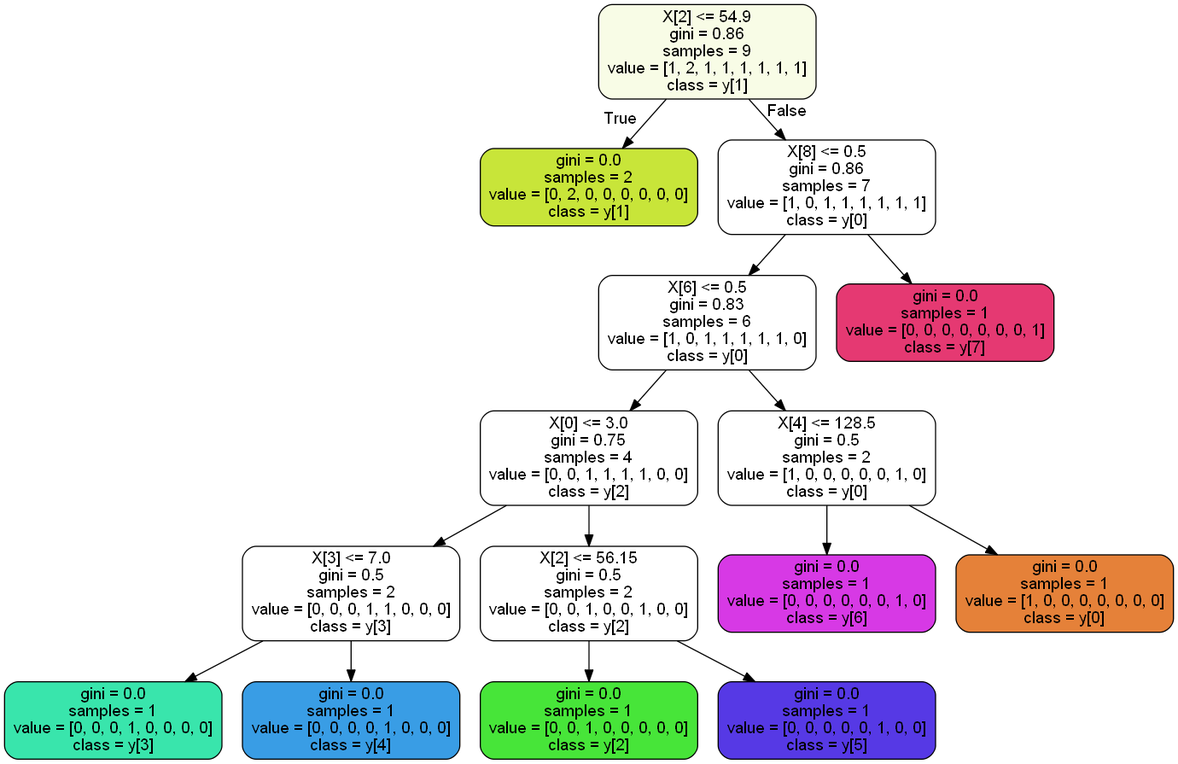
The Graphviz diagram treerace.png in AndreaDagg/DecisIonCAr, before a commit. Its source is kept beside it as treerace.dot.
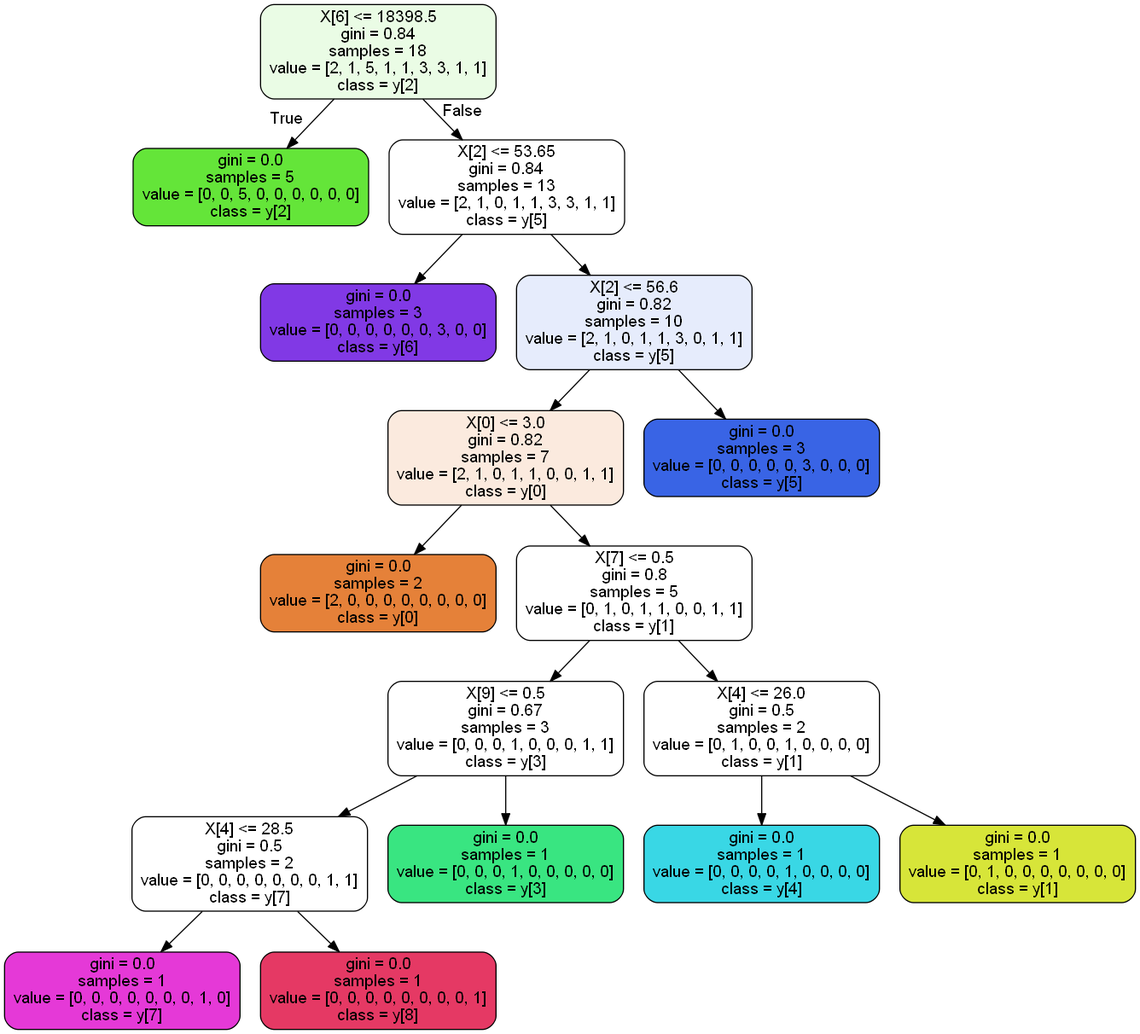
Later version of the same file.

Change to the diagram source:
```diff
@@ -1,33 +1,37 @@
 digraph Tree {
 node [shape=box, style="filled, rounded", color="black", fontname=helvetica] ;
 edge [fontname=helvetica] ;
-0 [label="X[2] <= 54.9\ngini = 0.86\nsamples = 9\nvalue = [1, 2, 1, 1, 1, 1, 1, 1]\nclass = y[1]", fillcolor="#f8fce6"] ;
-1 [label="gini = 0.0\nsamples = 2\nvalue = [0, 2, 0, 0, 0, 0, 0, 0]\nclass = y[1]", fillcolor="#c8e539"] ;
+0 [label="X[6] <= 18398.5\ngini = 0.84\nsamples = 18\nvalue = [2, 1, 5, 1, 1, 3, 3, 1, 1]\nclass = y[2]", fillcolor="#eafce5"] ;
+1 [label="gini = 0.0\nsamples = 5\nvalue = [0, 0, 5, 0, 0, 0, 0, 0, 0]\nclass = y[2]", fillcolor="#64e539"] ;
 0 -> 1 [labeldistance=2.5, labelangle=45, headlabel="True"] ;
-2 [label="X[8] <= 0.5\ngini = 0.86\nsamples = 7\nvalue = [1, 0, 1, 1, 1, 1, 1, 1]\nclass = y[0]", fillcolor="#ffffff"] ;
+2 [label="X[2] <= 53.65\ngini = 0.84\nsamples = 13\nvalue = [2, 1, 0, 1, 1, 3, 3, 1, 1]\nclass = y[5]", fillcolor="#ffffff"] ;
 0 -> 2 [labeldistance=2.5, labelangle=-45, headlabel="False"] ;
-3 [label="X[6] <= 0.5\ngini = 0.83\nsamples = 6\nvalue = [1, 0, 1, 1, 1, 1, 1, 0]\nclass = y[0]", fillcolor="#ffffff"] ;
+3 [label="gini = 0.0\nsamples = 3\nvalue = [0, 0, 0, 0, 0, 0, 3, 0, 0]\nclass = y[6]", fillcolor="#8139e5"] ;
 2 -> 3 ;
-4 [label="X[0] <= 3.0\ngini = 0.75\nsamples = 4\nvalue = [0, 0, 1, 1, 1, 1, 0, 0]\nclass = y[2]", fillcolor="#ffffff"] ;
-3 -> 4 ;
-5 [label="X[3] <= 7.0\ngini = 0.5\nsamples = 2\nvalue = [0, 0, 0, 1, 1, 0, 0, 0]\nclass = y[3]", fillcolor="#ffffff"] ;
+4 [label="X[2] <= 56.6\ngini = 0.82\nsamples = 10\nvalue = [2, 1, 0, 1, 1, 3, 0, 1, 1]\nclass = y[5]", fillcolor="#e6ecfc"] ;
+2 -> 4 ;
+5 [label="X[0] <= 3.0\ngini = 0.82\nsamples = 7\nvalue = [2, 1, 0, 1, 1, 0, 0, 1, 1]\nclass = y[0]", fillcolor="#fbeade"] ;
 4 -> 5 ;
-6 [label="gini = 0.0\nsamples = 1\nvalue = [0, 0, 0, 1, 0, 0, 0, 0]\nclass = y[3]", fillcolor="#39e5ac"] ;
+6 [label="gini = 0.0\nsamples = 2\nvalue = [2, 0, 0, 0, 0, 0, 0, 0, 0]\nclass = y[0]", fillcolor="#e58139"] ;
 5 -> 6 ;
-7 [label="gini = 0.0\nsamples = 1\nvalue = [0, 0, 0, 0, 1, 0, 0, 0]\nclass = y[4]", fillcolor="#399de5"] ;
+7 [label="X[7] <= 0.5\ngini = 0.8\nsamples = 5\nvalue = [0, 1, 0, 1, 1, 0, 0, 1, 1]\nclass = y[1]", fillcolor="#ffffff"] ;
 5 -> 7 ;
-8 [label="X[2] <= 56.15\ngini = 0.5\nsamples = 2\nvalue = [0, 0, 1, 0, 0, 1, 0, 0]\nclass = y[2]", fillcolor="#ffffff"] ;
-4 -> 8 ;
-9 [label="gini = 0.0\nsamples = 1\nvalue = [0, 0, 1, 0, 0, 0, 0, 0]\nclass = y[2]", fillcolor="#47e539"] ;
+8 [label="X[9] <= 0.5\ngini = 0.67\nsamples = 3\nvalue = [0, 0, 0, 1, 0, 0, 0, 1, 1]\nclass = y[3]", fillcolor="#ffffff"] ;
+7 -> 8 ;
+9 [label="X[4] <= 28.5\ngini = 0.5\nsamples = 2\nvalue = [0, 0, 0, 0, 0, 0, 0, 1, 1]\nclass = y[7]", fillcolor="#ffffff"] ;
 8 -> 9 ;
-10 [label="gini = 0.0\nsamples = 1\nvalue = [0, 0, 0, 0, 0, 1, 0, 0]\nclass = y[5]", fillcolor="#5639e5"] ;
-8 -> 10 ;
-11 [label="X[4] <= 128.5\ngini = 0.5\nsamples = 2\nvalue = [1, 0, 0, 0, 0, 0, 1, 0]\nclass = y[0]", fillcolor="#ffffff"] ;
-3 -> 11 ;
-12 [label="gini = 0.0\nsamples = 1\nvalue = [0, 0, 0, 0, 0, 0, 1, 0]\nclass = y[6]", fillcolor="#d739e5"] ;
-11 -> 12 ;
-13 [label="gini = 0.0\nsamples = 1\nvalue = [1, 0, 0, 0, 0, 0, 0, 0]\nclass = y[0]", fillcolor="#e58139"] ;
-11 -> 13 ;
-14 [label="gini = 0.0\nsamples = 1\nvalue = [0, 0, 0, 0, 0, 0, 0, 1]\nclass = y[7]", fillcolor="#e53972"] ;
-2 -> 14 ;
+10 [label="gini = 0.0\nsamples = 1\nvalue = [0, 0, 0, 0, 0, 0, 0, 1, 0]\nclass = y[7]", fillcolor="#e539d7"] ;
+9 -> 10 ;
+11 [label="gini = 0.0\nsamples = 1\nvalue = [0, 0, 0, 0, 0, 0, 0, 0, 1]\nclass = y[8]", fillcolor="#e53964"] ;
+9 -> 11 ;
+12 [label="gini = 0.0\nsamples = 1\nvalue = [0, 0, 0, 1, 0, 0, 0, 0, 0]\nclass = y[3]", fillcolor="#39e581"] ;
+8 -> 12 ;
+13 [label="X[4] <= 26.0\ngini = 0.5\nsamples = 2\nvalue = [0, 1, 0, 0, 1, 0, 0, 0, 0]\nclass = y[1]", fillcolor="#ffffff"] ;
+7 -> 13 ;
+14 [label="gini = 0.0\nsamples = 1\nvalue = [0, 0, 0, 0, 1, 0, 0, 0, 0]\nclass = y[4]", fillcolor="#39d7e5"] ;
+13 -> 14 ;
+15 [label="gini = 0.0\nsamples = 1\nvalue = [0, 1, 0, 0, 0, 0, 0, 0, 0]\nclass = y[1]", fillcolor="#d7e539"] ;
+13 -> 15 ;
+16 [label="gini = 0.0\nsamples = 3\nvalue = [0, 0, 0, 0, 0, 3, 0, 0, 0]\nclass = y[5]", fillcolor="#3964e5"] ;
+4 -> 16 ;
 }
```
